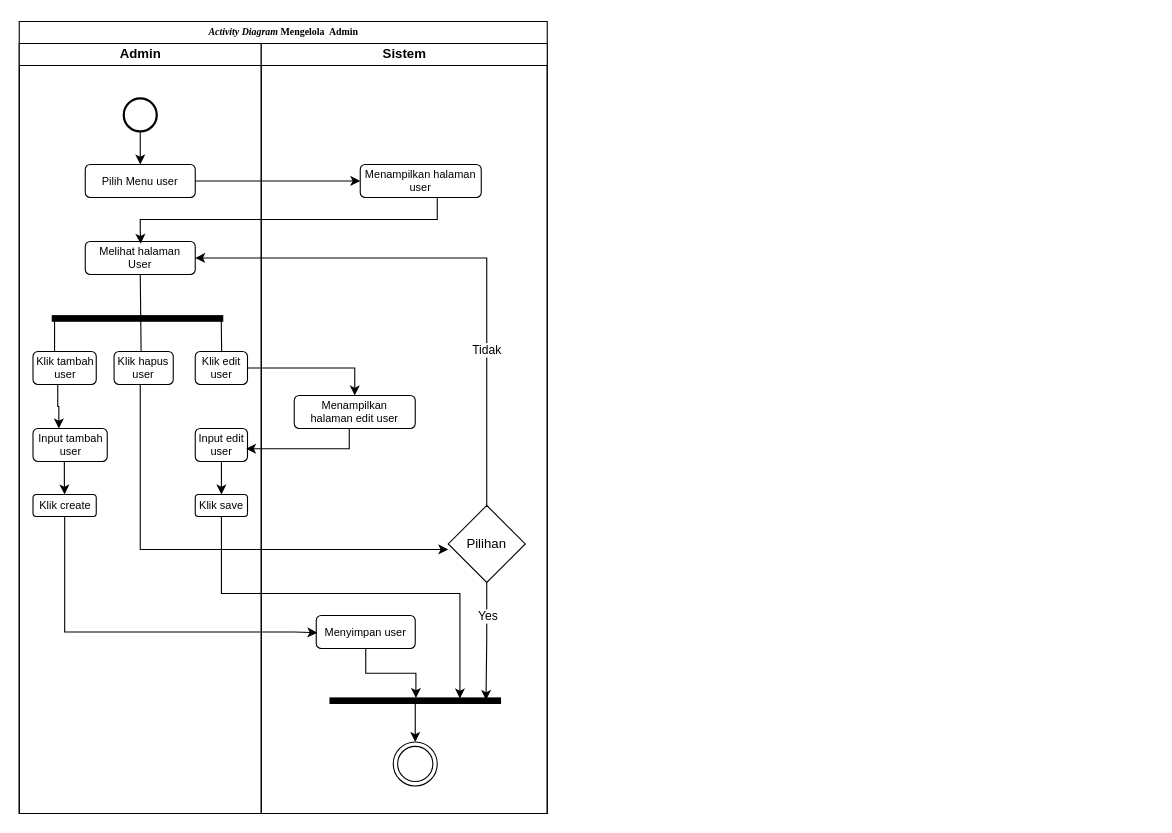
The draw.io diagram Activity Diagram Kelola admin.drawio in dhmsAdhty/useCase, before the edit. Source tidied: cells renumbered, new cells numbered last; positions are measured from the earlier drawing's top-left corner, leaving out a move shared by most shapes. Both pictures are drawn from the tidied source at 110%, with x=0, y=0 at pixel (19, 21).
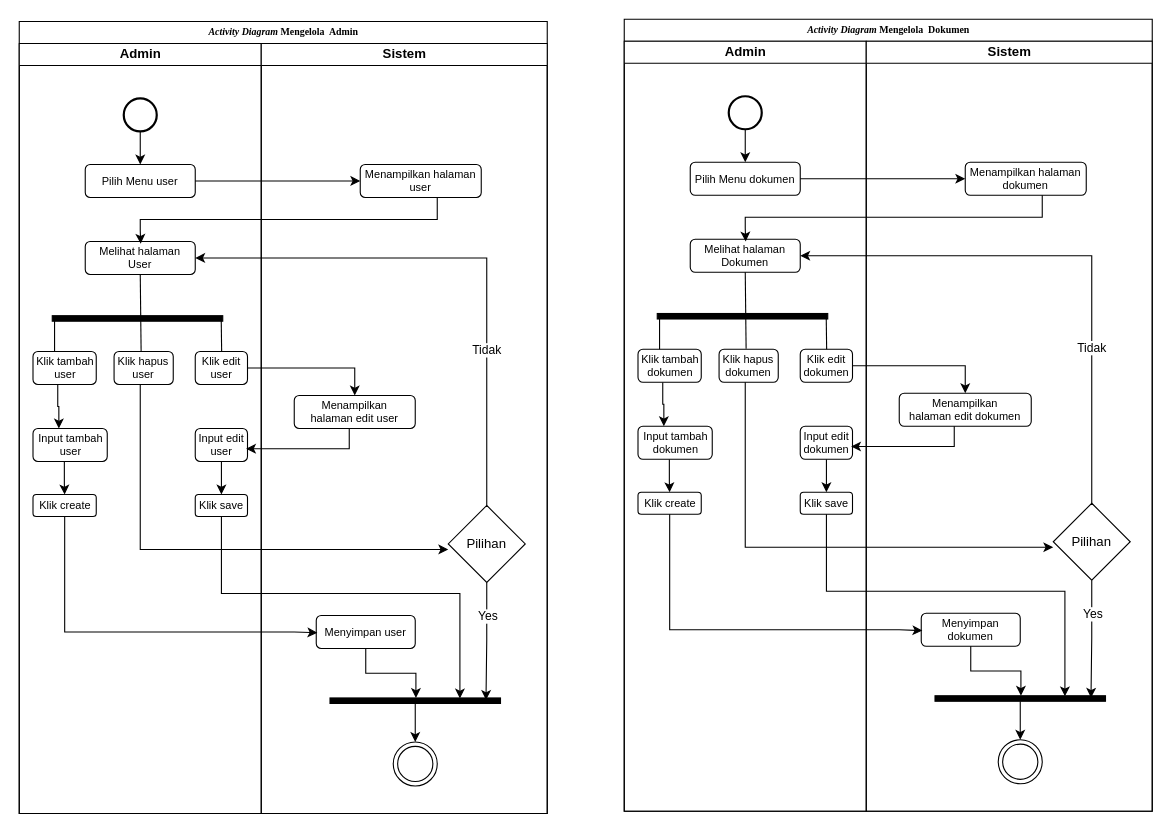
Above is the later version.

Commit message:
KELOLA USER DAN DOKUMEN

Change to the diagram source:
```diff
@@
+    <mxCell id="42" value="&lt;font style=&quot;font-size: 9px;&quot;&gt;&lt;b style=&quot;mso-bidi-font-weight:normal&quot;&gt;&lt;i style=&quot;mso-bidi-font-style:normal&quot;&gt;&lt;span style=&quot;font-family: &amp;quot;Times New Roman&amp;quot;, serif;&quot;&gt;Activity Diagram &lt;/span&gt;&lt;/i&gt;&lt;span style=&quot;line-height: 150%; font-family: &amp;quot;Times New Roman&amp;quot;, serif;&quot;&gt;Mengelola&amp;nbsp; Dokumen&lt;/span&gt;&lt;/b&gt;&lt;/font&gt;" style="swimlane;html=1;startSize=20;rounded=0;shadow=0;labelBackgroundColor=none;strokeWidth=1;fontFamily=Verdana;fontSize=8;align=center;" parent="1" vertex="1">
+      <mxGeometry x="550" y="-2" width="480" height="720" as="geometry" />
+    </mxCell>
+    <mxCell id="43" value="Admin" style="swimlane;html=1;startSize=20;" parent="42" vertex="1">
+      <mxGeometry y="20" width="220" height="700" as="geometry" />
+    </mxCell>
+    <mxCell id="44" style="edgeStyle=orthogonalEdgeStyle;rounded=0;jettySize=auto;html=1;entryX=0.5;entryY=0;entryDx=0;entryDy=0;" parent="43" edge="1" source="45" target="46">
+      <mxGeometry relative="1" as="geometry" />
+    </mxCell>
+    <mxCell id="45" style="strokeWidth=2;html=1;shape=mxgraph.flowchart.start_2;whiteSpace=wrap;" parent="43" vertex="1">
+      <mxGeometry x="95" y="50" width="30" height="30" as="geometry" />
+    </mxCell>
+    <mxCell id="46" value="&lt;font style=&quot;font-size: 10px;&quot;&gt;Pilih Menu dokumen&lt;/font&gt;" style="rounded=1;whiteSpace=wrap;html=1;fontSize=10;" parent="43" vertex="1">
+      <mxGeometry x="60" y="110" width="100" height="30" as="geometry" />
+    </mxCell>
+    <mxCell id="47" value="&lt;div style=&quot;font-size: 10px;&quot;&gt;&lt;font style=&quot;font-size: 10px;&quot;&gt;Melihat halaman&lt;/font&gt;&lt;/div&gt;&lt;div style=&quot;font-size: 10px;&quot;&gt;&lt;font style=&quot;font-size: 10px;&quot;&gt;Dokumen&lt;/font&gt;&lt;/div&gt;" style="rounded=1;whiteSpace=wrap;html=1;fontSize=10;" parent="43" vertex="1">
+      <mxGeometry x="60" y="180" width="100" height="30" as="geometry" />
+    </mxCell>
+    <mxCell id="48" style="html=1;perimeter=orthogonalPerimeter;fillColor=strokeColor;rotation=90;" parent="43" vertex="1">
+      <mxGeometry x="105" y="172.5" width="5" height="155" as="geometry" />
+    </mxCell>
+    <mxCell id="49" style="edgeStyle=orthogonalEdgeStyle;rounded=0;jettySize=auto;html=1;" parent="43" edge="1" source="50" target="54">
+      <mxGeometry relative="1" as="geometry">
+        <Array as="points">
+          <mxPoint x="35" y="330" />
+          <mxPoint x="36" y="330" />
+        </Array>
+      </mxGeometry>
+    </mxCell>
+    <mxCell id="50" value="&lt;div style=&quot;font-size: 10px;&quot;&gt;&lt;font style=&quot;font-size: 10px;&quot;&gt;Klik tambah&lt;/font&gt;&lt;/div&gt;&lt;div style=&quot;font-size: 10px;&quot;&gt;dokumen&lt;font style=&quot;font-size: 10px;&quot;&gt;&lt;br style=&quot;font-size: 10px;&quot;&gt;&lt;/font&gt;&lt;/div&gt;" style="rounded=1;whiteSpace=wrap;html=1;fontSize=10;" parent="43" vertex="1">
+      <mxGeometry x="12.5" y="280" width="57.5" height="30" as="geometry" />
+    </mxCell>
+    <mxCell id="51" value="&lt;div style=&quot;font-size: 10px;&quot;&gt;&lt;font style=&quot;font-size: 10px;&quot;&gt;Klik hapus&lt;/font&gt;&lt;/div&gt;&lt;div style=&quot;font-size: 10px;&quot;&gt;dokumen&lt;font style=&quot;font-size: 10px;&quot;&gt;&lt;br style=&quot;font-size: 10px;&quot;&gt;&lt;/font&gt;&lt;/div&gt;" style="rounded=1;whiteSpace=wrap;html=1;fontSize=10;" parent="43" vertex="1">
+      <mxGeometry x="86.2" y="280" width="53.8" height="30" as="geometry" />
+    </mxCell>
+    <mxCell id="52" value="&lt;div style=&quot;font-size: 10px;&quot;&gt;&lt;font style=&quot;font-size: 10px;&quot;&gt;Klik edit&lt;/font&gt;&lt;/div&gt;&lt;div style=&quot;font-size: 10px;&quot;&gt;dokumen&lt;font style=&quot;font-size: 10px;&quot;&gt;&lt;br style=&quot;font-size: 10px;&quot;&gt;&lt;/font&gt;&lt;/div&gt;" style="rounded=1;whiteSpace=wrap;html=1;fontSize=10;" parent="43" vertex="1">
+      <mxGeometry x="160" y="280" width="47.5" height="30" as="geometry" />
+    </mxCell>
+    <mxCell id="53" style="edgeStyle=orthogonalEdgeStyle;rounded=0;jettySize=auto;html=1;entryX=0.5;entryY=0;entryDx=0;entryDy=0;" parent="43" edge="1" source="54" target="60">
+      <mxGeometry relative="1" as="geometry">
+        <Array as="points">
+          <mxPoint x="41" y="400" />
+          <mxPoint x="41" y="400" />
+        </Array>
+      </mxGeometry>
+    </mxCell>
+    <mxCell id="54" value="&lt;div style=&quot;font-size: 10px;&quot;&gt;&lt;font style=&quot;font-size: 10px;&quot;&gt;Input tambah&lt;/font&gt;&lt;/div&gt;&lt;div style=&quot;font-size: 10px;&quot;&gt;&lt;font style=&quot;font-size: 10px;&quot;&gt;dokumen&lt;br style=&quot;font-size: 10px;&quot;&gt;&lt;/font&gt;&lt;/div&gt;" style="rounded=1;whiteSpace=wrap;html=1;fontSize=10;" parent="43" vertex="1">
+      <mxGeometry x="12.5" y="350" width="67.5" height="30" as="geometry" />
+    </mxCell>
+    <mxCell id="55" style="edgeStyle=orthogonalEdgeStyle;rounded=0;jettySize=auto;html=1;entryX=0.5;entryY=0;entryDx=0;entryDy=0;fontSize=10;" parent="43" edge="1" source="56" target="61">
+      <mxGeometry relative="1" as="geometry" />
+    </mxCell>
+    <mxCell id="56" value="&lt;div style=&quot;font-size: 10px;&quot;&gt;&lt;font style=&quot;font-size: 10px;&quot;&gt;Input edit&lt;/font&gt;&lt;/div&gt;&lt;div style=&quot;font-size: 10px;&quot;&gt;dokumen&lt;font style=&quot;font-size: 10px;&quot;&gt;&lt;br style=&quot;font-size: 10px;&quot;&gt;&lt;/font&gt;&lt;/div&gt;" style="rounded=1;whiteSpace=wrap;html=1;fontSize=10;" parent="43" vertex="1">
+      <mxGeometry x="160" y="350" width="47.5" height="30" as="geometry" />
+    </mxCell>
+    <mxCell id="57" style="endArrow=none;html=1;rounded=0;entryX=0.5;entryY=1;entryDx=0;entryDy=0;exitX=0.457;exitY=-0.016;exitDx=0;exitDy=0;exitPerimeter=0;" parent="43" edge="1" source="51" target="47">
+      <mxGeometry relative="1" as="geometry" />
+    </mxCell>
+    <mxCell id="58" style="endArrow=none;html=1;rounded=0;" parent="43" edge="1">
+      <mxGeometry relative="1" as="geometry">
+        <mxPoint x="184" y="280" as="sourcePoint" />
+        <mxPoint x="183.6" y="250" as="targetPoint" />
+      </mxGeometry>
+    </mxCell>
+    <mxCell id="59" style="endArrow=none;html=1;rounded=0;" parent="43" edge="1">
+      <mxGeometry relative="1" as="geometry">
+        <mxPoint x="32.1" y="280" as="sourcePoint" />
+        <mxPoint x="32.1" y="250" as="targetPoint" />
+      </mxGeometry>
+    </mxCell>
+    <mxCell id="60" value="Klik create" style="rounded=1;whiteSpace=wrap;html=1;fontSize=10;" parent="43" vertex="1">
+      <mxGeometry x="12.5" y="410" width="57.5" height="20" as="geometry" />
+    </mxCell>
+    <mxCell id="61" value="Klik save" style="rounded=1;whiteSpace=wrap;html=1;fontSize=10;" parent="43" vertex="1">
+      <mxGeometry x="160" y="410" width="47.5" height="20" as="geometry" />
+    </mxCell>
+    <mxCell id="62" value="Sistem" style="swimlane;html=1;startSize=20;" parent="42" vertex="1">
+      <mxGeometry x="220" y="20" width="260" height="700" as="geometry" />
+    </mxCell>
+    <mxCell id="63" value="&lt;font style=&quot;font-size: 10px;&quot;&gt;Menampilkan halaman dokumen&lt;/font&gt;" style="rounded=1;whiteSpace=wrap;html=1;fontSize=10;" parent="62" vertex="1">
+      <mxGeometry x="90" y="110" width="110" height="30" as="geometry" />
+    </mxCell>
+    <mxCell id="64" style="edgeStyle=orthogonalEdgeStyle;rounded=0;jettySize=auto;html=1;entryX=0.5;entryY=0;entryDx=0;entryDy=0;" parent="62" edge="1" source="65" target="72">
+      <mxGeometry relative="1" as="geometry" />
+    </mxCell>
+    <mxCell id="65" style="html=1;points=[];perimeter=orthogonalPerimeter;fillColor=strokeColor;rotation=90;" parent="62" vertex="1">
+      <mxGeometry x="137.5" y="520" width="5" height="155" as="geometry" />
+    </mxCell>
+    <mxCell id="66" value="&lt;font style=&quot;font-size: 10px;&quot;&gt;Menyimpan dokumen&lt;/font&gt;" style="rounded=1;whiteSpace=wrap;html=1;fontSize=10;" parent="62" vertex="1">
+      <mxGeometry x="50" y="520" width="90" height="30" as="geometry" />
+    </mxCell>
+    <mxCell id="67" value="&lt;div style=&quot;font-size: 10px;&quot;&gt;Menampilkan&lt;/div&gt;&lt;div style=&quot;font-size: 10px;&quot;&gt;halaman edit dokumen&lt;br style=&quot;font-size: 10px;&quot;&gt;&lt;/div&gt;" style="rounded=1;whiteSpace=wrap;html=1;fontSize=10;" parent="62" vertex="1">
+      <mxGeometry x="30" y="320" width="120" height="30" as="geometry" />
+    </mxCell>
+    <mxCell id="68" style="edgeStyle=orthogonalEdgeStyle;rounded=0;jettySize=auto;html=1;entryX=0.36;entryY=0.085;entryDx=0;entryDy=0;entryPerimeter=0;" parent="62" edge="1" source="70" target="65">
+      <mxGeometry relative="1" as="geometry" />
+    </mxCell>
+    <mxCell id="69" value="Yes" style="edgeLabel;html=1;align=center;verticalAlign=middle;" parent="68" vertex="1">
+      <mxGeometry x="-0.45" relative="1" as="geometry" />
+    </mxCell>
+    <mxCell id="70" value="Pilihan" style="rhombus;whiteSpace=wrap;html=1;" parent="62" vertex="1">
+      <mxGeometry x="170" y="420" width="70" height="70" as="geometry" />
+    </mxCell>
+    <mxCell id="71" style="edgeStyle=orthogonalEdgeStyle;rounded=0;jettySize=auto;html=1;entryX=0;entryY=0.496;entryDx=0;entryDy=0;entryPerimeter=0;" parent="62" edge="1" source="66" target="65">
+      <mxGeometry relative="1" as="geometry" />
+    </mxCell>
+    <mxCell id="72" style="ellipse;shape=doubleEllipse;html=1;dashed=0;whiteSpace=wrap;" parent="62" vertex="1">
+      <mxGeometry x="120" y="635" width="40" height="40" as="geometry" />
+    </mxCell>
+    <mxCell id="73" style="edgeStyle=orthogonalEdgeStyle;rounded=0;jettySize=auto;html=1;entryX=0;entryY=0.5;entryDx=0;entryDy=0;" parent="42" edge="1" source="46" target="63">
+      <mxGeometry relative="1" as="geometry" />
+    </mxCell>
+    <mxCell id="74" style="edgeStyle=orthogonalEdgeStyle;rounded=0;jettySize=auto;html=1;entryX=0.504;entryY=0.071;entryDx=0;entryDy=0;entryPerimeter=0;" parent="42" edge="1" source="63" target="47">
+      <mxGeometry relative="1" as="geometry">
+        <Array as="points">
+          <mxPoint x="380" y="180" />
+          <mxPoint x="110" y="180" />
+          <mxPoint x="110" y="190" />
+          <mxPoint x="110" y="190" />
+        </Array>
+      </mxGeometry>
+    </mxCell>
+    <mxCell id="75" style="edgeStyle=orthogonalEdgeStyle;rounded=0;jettySize=auto;html=1;entryX=0.011;entryY=0.526;entryDx=0;entryDy=0;entryPerimeter=0;" parent="42" edge="1" source="60" target="66">
+      <mxGeometry relative="1" as="geometry">
+        <Array as="points">
+          <mxPoint x="41" y="555" />
+          <mxPoint x="250" y="555" />
+        </Array>
+      </mxGeometry>
+    </mxCell>
+    <mxCell id="76" style="edgeStyle=orthogonalEdgeStyle;rounded=0;jettySize=auto;html=1;entryX=0.5;entryY=0;entryDx=0;entryDy=0;" parent="42" edge="1" source="52" target="67">
+      <mxGeometry relative="1" as="geometry" />
+    </mxCell>
+    <mxCell id="77" style="edgeStyle=orthogonalEdgeStyle;rounded=0;jettySize=auto;html=1;entryX=0.973;entryY=0.613;entryDx=0;entryDy=0;entryPerimeter=0;" parent="42" edge="1" source="67" target="56">
+      <mxGeometry relative="1" as="geometry">
+        <Array as="points">
+          <mxPoint x="300" y="388" />
+        </Array>
+      </mxGeometry>
+    </mxCell>
+    <mxCell id="78" style="edgeStyle=orthogonalEdgeStyle;rounded=0;jettySize=auto;html=1;entryX=0.103;entryY=0.238;entryDx=0;entryDy=0;entryPerimeter=0;" parent="42" edge="1" source="61" target="65">
+      <mxGeometry relative="1" as="geometry">
+        <Array as="points">
+          <mxPoint x="184" y="520" />
+          <mxPoint x="400" y="520" />
+          <mxPoint x="400" y="616" />
+        </Array>
+      </mxGeometry>
+    </mxCell>
+    <mxCell id="79" style="edgeStyle=orthogonalEdgeStyle;rounded=0;jettySize=auto;html=1;" parent="42" edge="1" source="51">
+      <mxGeometry relative="1" as="geometry">
+        <mxPoint x="390" y="480" as="targetPoint" />
+        <Array as="points">
+          <mxPoint x="110" y="480" />
+        </Array>
+      </mxGeometry>
+    </mxCell>
+    <mxCell id="80" style="edgeStyle=orthogonalEdgeStyle;rounded=0;jettySize=auto;html=1;entryX=1;entryY=0.5;entryDx=0;entryDy=0;" parent="42" edge="1" source="70" target="47">
+      <mxGeometry relative="1" as="geometry">
+        <Array as="points">
+          <mxPoint x="425" y="215" />
+        </Array>
+      </mxGeometry>
+    </mxCell>
+    <mxCell id="81" value="Tidak" style="edgeLabel;html=1;align=center;verticalAlign=middle;" parent="80" vertex="1">
+      <mxGeometry x="-0.42" y="1" relative="1" as="geometry" />
+    </mxCell>
```
